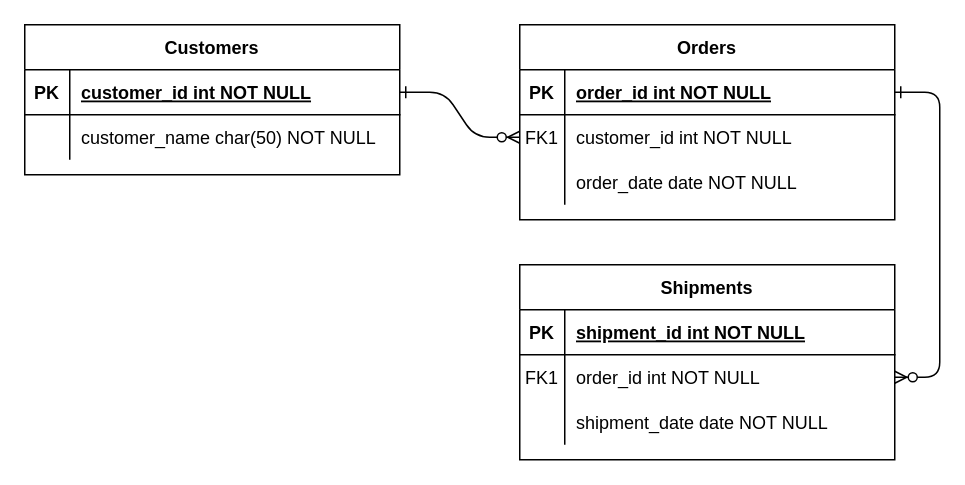
This is 챗봇.drawio from soijeongg/diagram, a draw.io file, before an edit. Source tidied: cells renumbered, new cells numbered last; positions are measured from the earlier drawing's top-left corner, leaving out a move shared by most shapes. Both pictures are drawn from the tidied source at 150%, with x=0, y=0 at pixel (24, 24).
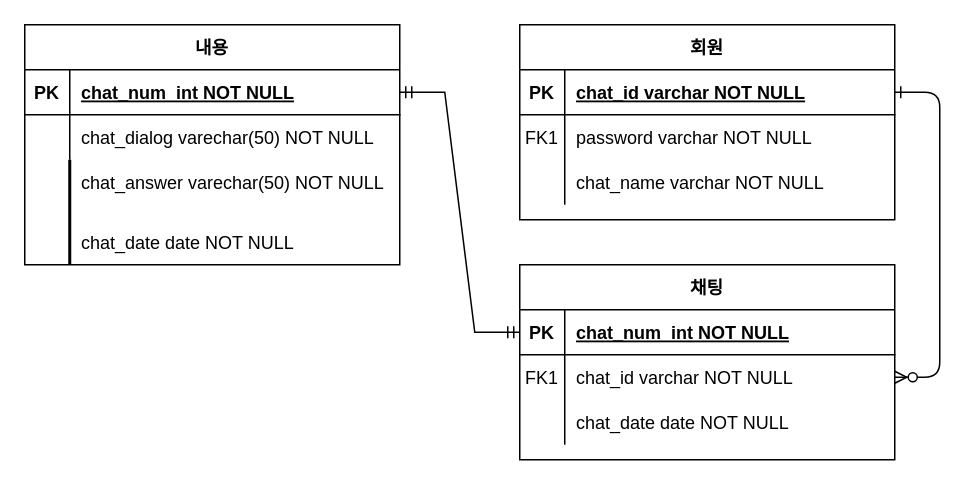
Above is the later version.

Commit message:
챗봇명세.drawio 업데이트

The change refers to these unchanged cells:
```xml
<mxCell id="5" style="shape=partialRectangle;fillColor=none;points=[[0,0.5],[1,0.5]];portConstraint=eastwest;top=0;left=0;right=0;bottom=1;" parent="4" vertex="1">
  <mxGeometry y="30" width="250" height="30" as="geometry" />
</mxCell>
<mxCell id="8" style="shape=partialRectangle;fillColor=none;points=[[0,0.5],[1,0.5]];portConstraint=eastwest;top=0;left=0;right=0;bottom=0;" parent="4" vertex="1">
  <mxGeometry y="60" width="250" height="30" as="geometry" />
</mxCell>
<mxCell id="11" style="shape=partialRectangle;fillColor=none;top=0;left=0;right=0;bottom=0;" parent="4" vertex="1">
  <mxGeometry y="90" width="250" height="30" as="geometry" />
</mxCell>
<mxCell id="15" style="shape=partialRectangle;fillColor=none;points=[[0,0.5],[1,0.5]];portConstraint=eastwest;top=0;left=0;right=0;bottom=1;" parent="14" vertex="1">
  <mxGeometry y="30" width="250" height="30" as="geometry" />
</mxCell>
<mxCell id="18" style="shape=partialRectangle;fillColor=none;points=[[0,0.5],[1,0.5]];portConstraint=eastwest;top=0;left=0;right=0;bottom=0;" parent="14" vertex="1">
  <mxGeometry y="60" width="250" height="30" as="geometry" />
</mxCell>
<mxCell id="21" style="shape=partialRectangle;fillColor=none;top=0;left=0;right=0;bottom=0;" parent="14" vertex="1">
  <mxGeometry y="90" width="250" height="30" as="geometry" />
</mxCell>
<mxCell id="25" style="shape=partialRectangle;fillColor=none;points=[[0,0.5],[1,0.5]];portConstraint=eastwest;top=0;left=0;right=0;bottom=1;" parent="24" vertex="1">
  <mxGeometry y="30" width="250" height="30" as="geometry" />
</mxCell>
<mxCell id="28" style="shape=partialRectangle;fillColor=none;top=0;left=0;right=0;bottom=0;" parent="24" vertex="1">
  <mxGeometry y="60" width="250" height="30" as="geometry" />
</mxCell>
```

What changed in the source:
```diff
@@
-    <mxCell id="2" style="edgeStyle=entityRelationEdgeStyle;endArrow=ERzeroToMany;startArrow=ERone;endFill=1;startFill=0;" parent="1" edge="1" source="25" target="8">
-      <mxGeometry relative="1" as="geometry" />
-    </mxCell>
@@
-    <mxCell id="4" value="Orders" style="shape=table;startSize=30;childLayout=tableLayout;rowLines=0;fontStyle=1;align=center;" parent="1" vertex="1">
+    <mxCell id="4" value="회원" style="shape=table;startSize=30;childLayout=tableLayout;rowLines=0;fontStyle=1;align=center;" parent="1" vertex="1">
       <mxGeometry x="330" width="250" height="130" as="geometry" />
     </mxCell>
@@
-    <mxCell id="7" value="order_id int NOT NULL " style="shape=partialRectangle;overflow=hidden;fillColor=none;top=0;left=0;bottom=0;right=0;align=left;spacingLeft=6;fontStyle=5;" parent="5" vertex="1">
+    <mxCell id="7" value="chat_id varchar NOT NULL " style="shape=partialRectangle;overflow=hidden;fillColor=none;top=0;left=0;bottom=0;right=0;align=left;spacingLeft=6;fontStyle=5;" parent="5" vertex="1">
       <mxGeometry x="30" width="220" height="30" as="geometry" />
     </mxCell>
@@
-    <mxCell id="10" value="customer_id int NOT NULL" style="shape=partialRectangle;overflow=hidden;fillColor=none;top=0;left=0;bottom=0;right=0;align=left;spacingLeft=6;" parent="8" vertex="1">
+    <mxCell id="10" value="password varchar NOT NULL" style="shape=partialRectangle;overflow=hidden;fillColor=none;top=0;left=0;bottom=0;right=0;align=left;spacingLeft=6;" parent="8" vertex="1">
       <mxGeometry x="30" width="220" height="30" as="geometry" />
     </mxCell>
@@
-    <mxCell id="13" value="order_date date NOT NULL" style="shape=partialRectangle;overflow=hidden;fillColor=none;top=0;left=0;bottom=0;right=0;align=left;spacingLeft=6;" parent="11" vertex="1">
+    <mxCell id="13" value="chat_name varchar NOT NULL" style="shape=partialRectangle;overflow=hidden;fillColor=none;top=0;left=0;bottom=0;right=0;align=left;spacingLeft=6;" parent="11" vertex="1">
       <mxGeometry x="30" width="220" height="30" as="geometry" />
     </mxCell>
-    <mxCell id="14" value="Shipments" style="shape=table;startSize=30;childLayout=tableLayout;rowLines=0;fontStyle=1;align=center;" parent="1" vertex="1">
+    <mxCell id="14" value="채팅" style="shape=table;startSize=30;childLayout=tableLayout;rowLines=0;fontStyle=1;align=center;" parent="1" vertex="1">
       <mxGeometry x="330" y="160" width="250" height="130" as="geometry" />
     </mxCell>
@@
-    <mxCell id="17" value="shipment_id int NOT NULL " style="shape=partialRectangle;overflow=hidden;fillColor=none;top=0;left=0;bottom=0;right=0;align=left;spacingLeft=6;fontStyle=5;" parent="15" vertex="1">
+    <mxCell id="17" value="chat_num  int NOT NULL " style="shape=partialRectangle;overflow=hidden;fillColor=none;top=0;left=0;bottom=0;right=0;align=left;spacingLeft=6;fontStyle=5;" parent="15" vertex="1">
       <mxGeometry x="30" width="220" height="30" as="geometry" />
     </mxCell>
@@
-    <mxCell id="20" value="order_id int NOT NULL" style="shape=partialRectangle;overflow=hidden;fillColor=none;top=0;left=0;bottom=0;right=0;align=left;spacingLeft=6;" parent="18" vertex="1">
+    <mxCell id="20" value="chat_id varchar NOT NULL" style="shape=partialRectangle;overflow=hidden;fillColor=none;top=0;left=0;bottom=0;right=0;align=left;spacingLeft=6;" parent="18" vertex="1">
       <mxGeometry x="30" width="220" height="30" as="geometry" />
     </mxCell>
@@
-    <mxCell id="23" value="shipment_date date NOT NULL" style="shape=partialRectangle;overflow=hidden;fillColor=none;top=0;left=0;bottom=0;right=0;align=left;spacingLeft=6;" parent="21" vertex="1">
+    <mxCell id="23" value="chat_date date NOT NULL" style="shape=partialRectangle;overflow=hidden;fillColor=none;top=0;left=0;bottom=0;right=0;align=left;spacingLeft=6;" parent="21" vertex="1">
       <mxGeometry x="30" width="220" height="30" as="geometry" />
     </mxCell>
-    <mxCell id="24" value="Customers" style="shape=table;startSize=30;childLayout=tableLayout;rowLines=0;fontStyle=1;align=center;" parent="1" vertex="1">
-      <mxGeometry width="250" height="100" as="geometry" />
+    <mxCell id="24" value="내용" style="shape=table;startSize=30;childLayout=tableLayout;rowLines=0;fontStyle=1;align=center;" parent="1" vertex="1">
+      <mxGeometry width="250" height="160" as="geometry" />
     </mxCell>
@@
-    <mxCell id="27" value="customer_id int NOT NULL " style="shape=partialRectangle;overflow=hidden;fillColor=none;top=0;left=0;bottom=0;right=0;align=left;spacingLeft=6;fontStyle=5;" parent="25" vertex="1">
+    <mxCell id="27" value="chat_num  int NOT NULL" style="shape=partialRectangle;overflow=hidden;fillColor=none;top=0;left=0;bottom=0;right=0;align=left;spacingLeft=6;fontStyle=5;" parent="25" vertex="1">
       <mxGeometry x="30" width="220" height="30" as="geometry" />
     </mxCell>
@@
-    <mxCell id="30" value="customer_name char(50) NOT NULL" style="shape=partialRectangle;overflow=hidden;fillColor=none;top=0;left=0;bottom=0;right=0;align=left;spacingLeft=6;" parent="28" vertex="1">
+    <mxCell id="30" value="chat_dialog varechar(50) NOT NULL" style="shape=partialRectangle;overflow=hidden;fillColor=none;top=0;left=0;bottom=0;right=0;align=left;spacingLeft=6;" parent="28" vertex="1">
       <mxGeometry x="30" width="220" height="30" as="geometry" />
     </mxCell>
+    <mxCell id="31" value="chat_answer varechar(50) NOT NULL" style="shape=partialRectangle;overflow=hidden;fillColor=none;top=0;left=0;bottom=0;right=0;align=left;spacingLeft=6;" parent="1" vertex="1">
+      <mxGeometry x="30" y="90" width="220" height="30" as="geometry" />
+    </mxCell>
+    <mxCell id="32" value="chat_date date NOT NULL" style="shape=partialRectangle;overflow=hidden;fillColor=none;top=0;left=0;bottom=0;right=0;align=left;spacingLeft=6;" parent="1" vertex="1">
+      <mxGeometry x="30" y="130" width="220" height="30" as="geometry" />
+    </mxCell>
+    <mxCell id="33" style="line;strokeWidth=2;direction=south;html=1;" parent="1" vertex="1">
+      <mxGeometry x="20" y="90" width="20" height="70" as="geometry" />
+    </mxCell>
+    <mxCell id="34" style="edgeStyle=entityRelationEdgeStyle;fontSize=12;html=1;endArrow=ERmandOne;startArrow=ERmandOne;rounded=0;exitX=1;exitY=0.5;exitDx=0;exitDy=0;entryX=0;entryY=0.5;entryDx=0;entryDy=0;" parent="1" edge="1" source="25" target="15">
+      <mxGeometry relative="1" as="geometry" />
+    </mxCell>
```
